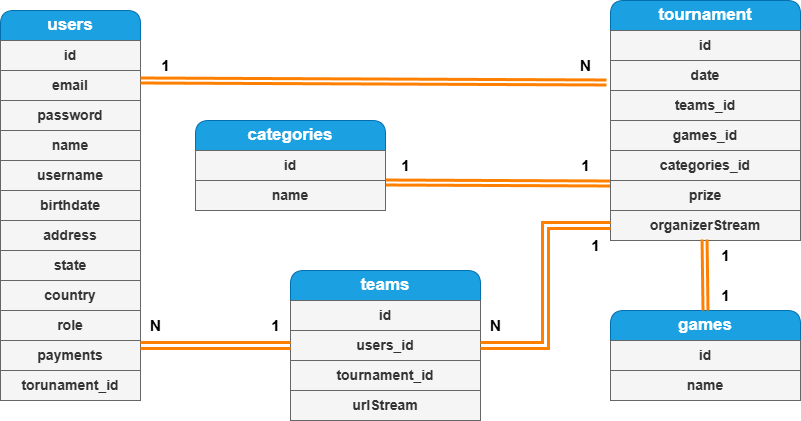
Earlier version of the draw.io export Diagrama Entidad Relaciones Game Stream Tournament.drawio.png (FabricioIrazoqui/DiagramaEntidad-GameStreamTorunament). Source tidied: cells renumbered, new cells last; positions are measured from the earlier drawing's top-left corner, leaving out a move shared by most shapes.
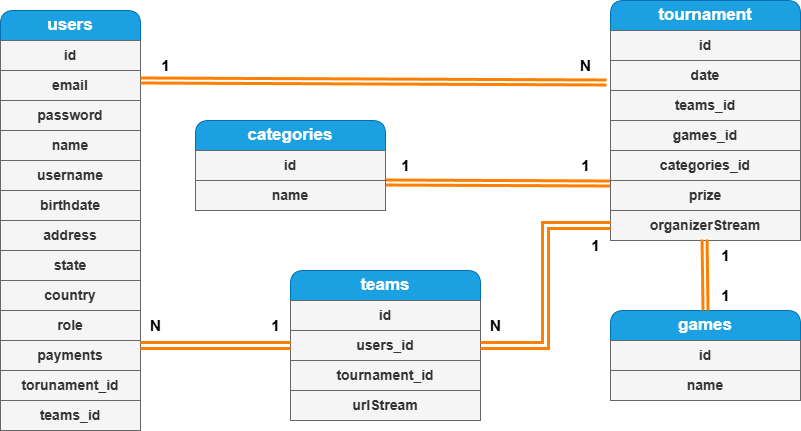
Later version of the same file.

Change to the diagram source:
```diff
@@ -3,7 +3,7 @@
     <mxCell id="0" />
     <mxCell id="1" parent="0" />
     <mxCell id="2" value="&lt;b&gt;&lt;font style=&quot;font-size: 17px;&quot;&gt;users&lt;/font&gt;&lt;/b&gt;" style="swimlane;fontStyle=0;horizontal=1;startSize=30;whiteSpace=wrap;html=1;glass=0;rounded=1;shadow=0;swimlaneLine=1;fillColor=#1ba1e2;strokeColor=#006EAF;fontColor=#ffffff;" parent="1" vertex="1">
-      <mxGeometry y="10" width="140" height="390" as="geometry" />
+      <mxGeometry y="10" width="140" height="420" as="geometry" />
     </mxCell>
     <mxCell id="3" value="id" style="text;strokeColor=#666666;fillColor=#f5f5f5;align=center;verticalAlign=middle;spacingLeft=4;spacingRight=4;overflow=hidden;whiteSpace=wrap;html=1;fontColor=#333333;fontStyle=1;fontSize=14;" parent="2" vertex="1">
       <mxGeometry y="30" width="140" height="30" as="geometry" />
@@ -41,6 +41,9 @@
     <mxCell id="14" value="torunament_id" style="text;strokeColor=#666666;fillColor=#f5f5f5;align=center;verticalAlign=middle;spacingLeft=4;spacingRight=4;overflow=hidden;whiteSpace=wrap;html=1;fontColor=#333333;fontStyle=1;fontSize=14;" parent="2" vertex="1">
       <mxGeometry y="360" width="140" height="30" as="geometry" />
     </mxCell>
+    <mxCell id="49" value="teams_id" style="text;strokeColor=#666666;fillColor=#f5f5f5;align=center;verticalAlign=middle;spacingLeft=4;spacingRight=4;overflow=hidden;whiteSpace=wrap;html=1;fontColor=#333333;fontStyle=1;fontSize=14;" parent="2" vertex="1">
+      <mxGeometry y="390" width="140" height="30" as="geometry" />
+    </mxCell>
     <mxCell id="15" style="edgeStyle=none;shape=link;rounded=0;jettySize=auto;html=1;exitX=0;exitY=0.1;exitDx=0;exitDy=0;entryX=1;entryY=0.067;entryDx=0;entryDy=0;width=3;strokeColor=#FF8000;strokeWidth=3;entryPerimeter=0;exitPerimeter=0;" parent="1" edge="1" source="22" target="34">
       <mxGeometry relative="1" as="geometry" />
     </mxCell>
```
